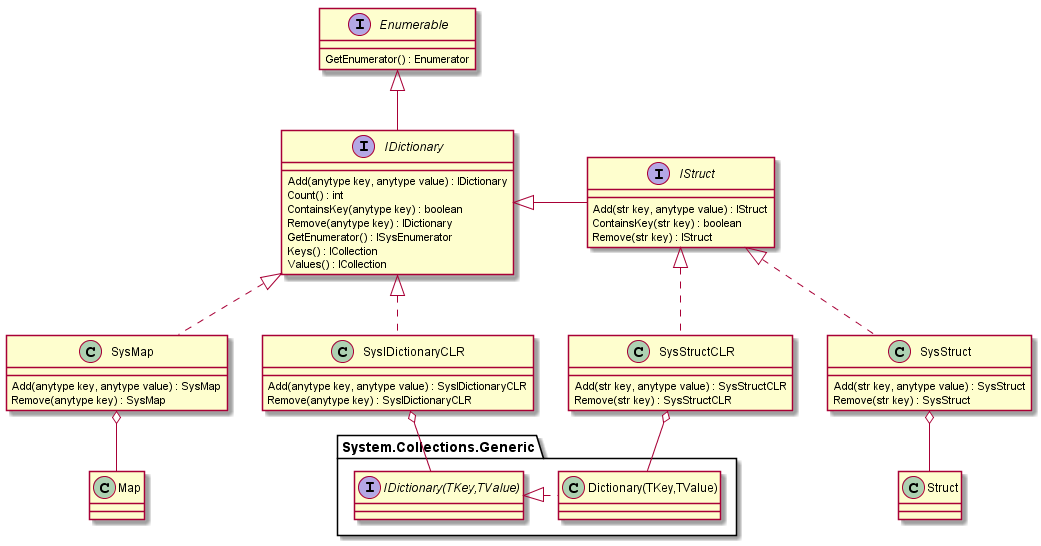
Before: out/schema/IDictionary.png, a diagram exported from PlantUML (d-tolstov/Ax2009-IDictionary).
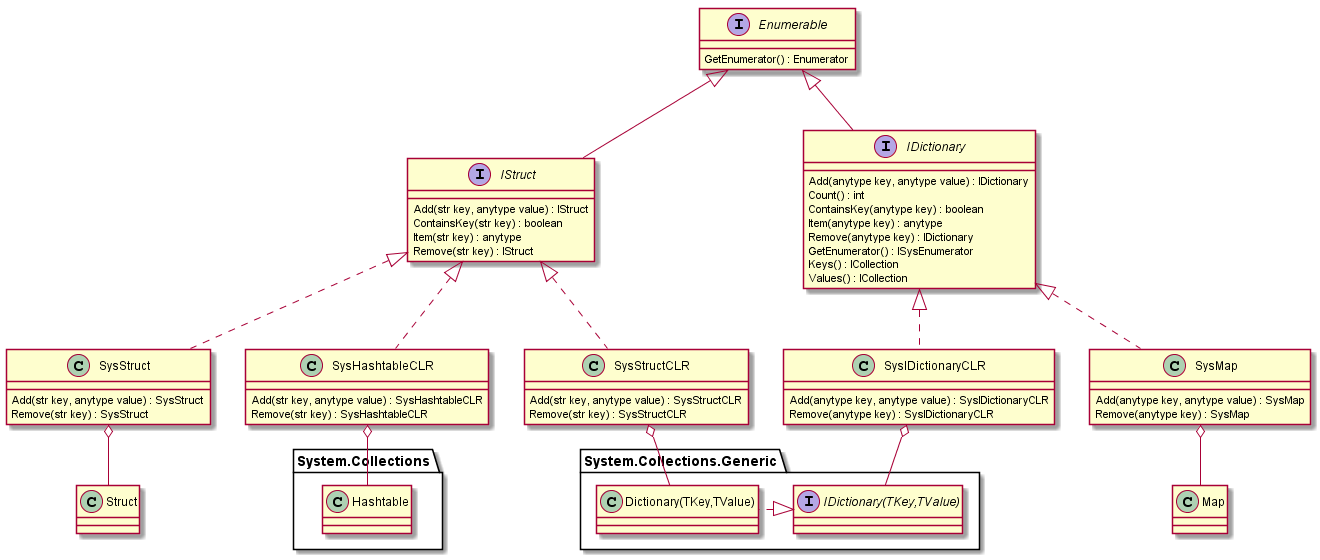
The same file after the commit.

Commit message:
Add SysHashtableCLR to xpo

What changed in the source:
```diff
@@ -8,6 +8,7 @@
     Add(anytype key, anytype value) : IDictionary
     Count() : int
     ContainsKey(anytype key) : boolean
+    Item(anytype key) : anytype
     Remove(anytype key) : IDictionary
     GetEnumerator() : ISysEnumerator
     Keys() : ICollection
@@ -34,9 +35,10 @@
 interface IStruct{
     Add(str key, anytype value) : IStruct
     ContainsKey(str key) : boolean
+    Item(str key) : anytype
     Remove(str key) : IStruct
 }
-IDictionary <|- IStruct
+Enumerable <|- IStruct
 
 class SysStructCLR{
     Add(str key, anytype value) : SysStructCLR
@@ -52,6 +54,18 @@
     SysStructCLR o-- "Dictionary(TKey,TValue)"
 }
 
+class SysHashtableCLR{
+    Add(str key, anytype value) : SysHashtableCLR
+    Remove(str key) : SysHashtableCLR
+}
+IStruct <|.. SysHashtableCLR
+
+package System.Collections{
+    class Hashtable{
+    }
+    SysHashtableCLR o-- Hashtable
+}
+
 class SysStruct{
     Add(str key, anytype value) : SysStruct
     Remove(str key) : SysStruct
```
